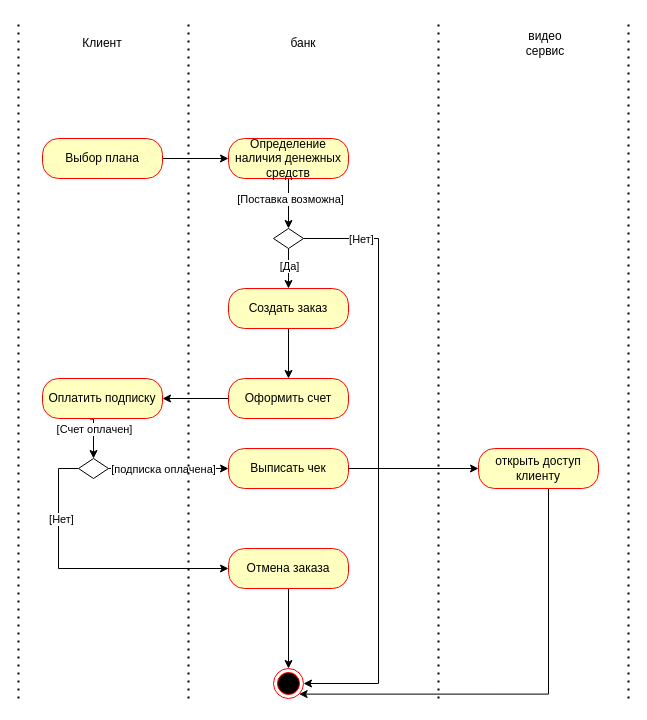
The draw.io diagram 3)activity-diagram.drawio in KarimFaik/MSSS, before the edit. Source tidied: cells renumbered, new cells numbered last; positions are measured from the earlier drawing's top-left corner, leaving out a move shared by most shapes. Both pictures are drawn from the tidied source at 100%, with x=0, y=0 at pixel (18, 18).
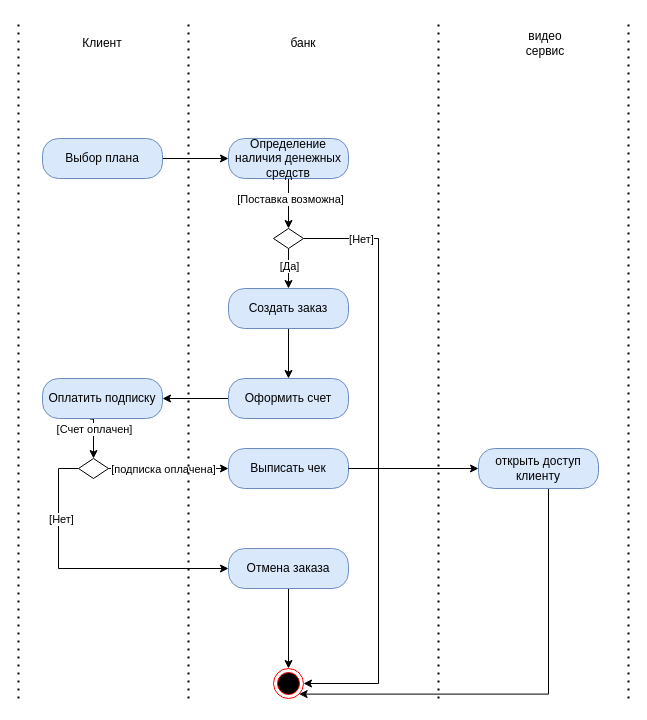
Above is the later version.

The edit, as a diff of the source:
```diff
@@
-    <mxCell id="3" value="Выбор плана" style="rounded=1;whiteSpace=wrap;html=1;arcSize=40;fontColor=#000000;fillColor=#ffffc0;strokeColor=#ff0000;" parent="1" vertex="1">
+    <mxCell id="3" value="Выбор плана" style="rounded=1;whiteSpace=wrap;html=1;arcSize=40;fillColor=#dae8fc;strokeColor=#6c8ebf;" parent="1" vertex="1">
       <mxGeometry x="24" y="120" width="120" height="40" as="geometry" />
     </mxCell>
@@
-    <mxCell id="8" value="Определение наличия денежных средств" style="rounded=1;whiteSpace=wrap;html=1;arcSize=40;fontColor=#000000;fillColor=#ffffc0;strokeColor=#ff0000;" parent="1" vertex="1">
+    <mxCell id="8" value="Определение наличия денежных средств" style="rounded=1;whiteSpace=wrap;html=1;arcSize=40;fillColor=#dae8fc;strokeColor=#6c8ebf;" parent="1" vertex="1">
       <mxGeometry x="210" y="120" width="120" height="40" as="geometry" />
     </mxCell>
@@
-    <mxCell id="15" value="Создать заказ" style="rounded=1;whiteSpace=wrap;html=1;arcSize=40;fontColor=#000000;fillColor=#ffffc0;strokeColor=#ff0000;" parent="1" vertex="1">
+    <mxCell id="15" value="Создать заказ" style="rounded=1;whiteSpace=wrap;html=1;arcSize=40;fillColor=#dae8fc;strokeColor=#6c8ebf;" parent="1" vertex="1">
       <mxGeometry x="210" y="270" width="120" height="40" as="geometry" />
     </mxCell>
@@
-    <mxCell id="17" value="Оформить счет" style="rounded=1;whiteSpace=wrap;html=1;arcSize=40;fontColor=#000000;fillColor=#ffffc0;strokeColor=#ff0000;" parent="1" vertex="1">
+    <mxCell id="17" value="Оформить счет" style="rounded=1;whiteSpace=wrap;html=1;arcSize=40;fillColor=#dae8fc;strokeColor=#6c8ebf;" parent="1" vertex="1">
       <mxGeometry x="210" y="360" width="120" height="40" as="geometry" />
     </mxCell>
@@
-    <mxCell id="21" value="Оплатить подписку" style="rounded=1;whiteSpace=wrap;html=1;arcSize=40;fontColor=#000000;fillColor=#ffffc0;strokeColor=#ff0000;" parent="1" vertex="1">
+    <mxCell id="21" value="Оплатить подписку" style="rounded=1;whiteSpace=wrap;html=1;arcSize=40;fillColor=#dae8fc;strokeColor=#6c8ebf;" parent="1" vertex="1">
       <mxGeometry x="24" y="360" width="120" height="40" as="geometry" />
     </mxCell>
@@
-    <mxCell id="28" value="Отмена заказа" style="rounded=1;whiteSpace=wrap;html=1;arcSize=40;fontColor=#000000;fillColor=#ffffc0;strokeColor=#ff0000;" parent="1" vertex="1">
+    <mxCell id="28" value="Отмена заказа" style="rounded=1;whiteSpace=wrap;html=1;arcSize=40;fillColor=#dae8fc;strokeColor=#6c8ebf;" parent="1" vertex="1">
       <mxGeometry x="210" y="530" width="120" height="40" as="geometry" />
     </mxCell>
@@
-    <mxCell id="30" value="Выписать чек" style="rounded=1;whiteSpace=wrap;html=1;arcSize=40;fontColor=#000000;fillColor=#ffffc0;strokeColor=#ff0000;" parent="1" vertex="1">
+    <mxCell id="30" value="Выписать чек" style="rounded=1;whiteSpace=wrap;html=1;arcSize=40;fillColor=#dae8fc;strokeColor=#6c8ebf;" parent="1" vertex="1">
       <mxGeometry x="210" y="430" width="120" height="40" as="geometry" />
     </mxCell>
@@
-    <mxCell id="37" value="открыть доступ клиенту" style="rounded=1;whiteSpace=wrap;html=1;arcSize=40;fontColor=#000000;fillColor=#ffffc0;strokeColor=#ff0000;" parent="1" vertex="1">
+    <mxCell id="37" value="открыть доступ клиенту" style="rounded=1;whiteSpace=wrap;html=1;arcSize=40;fillColor=#dae8fc;strokeColor=#6c8ebf;" parent="1" vertex="1">
       <mxGeometry x="460" y="430" width="120" height="40" as="geometry" />
     </mxCell>
```
